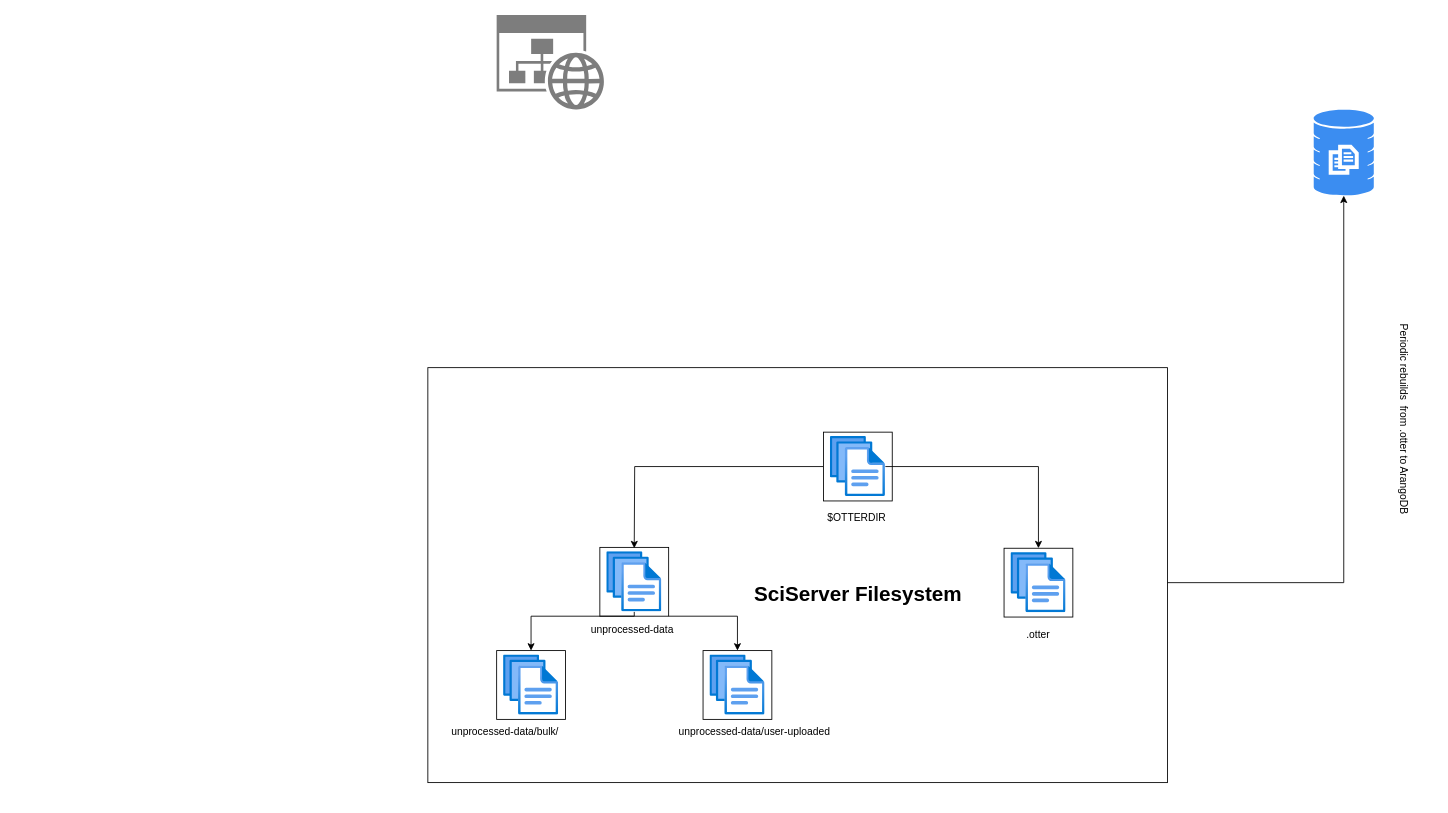
The draw.io diagram data-life-cycle.drawio in astro-otter/otter_schema, before the edit. Source tidied: cells renumbered, new cells numbered last; positions are measured from the earlier drawing's top-left corner, leaving out a move shared by most shapes. Both pictures are drawn from the tidied source at 86%, with x=0, y=0 at pixel (410, 15).
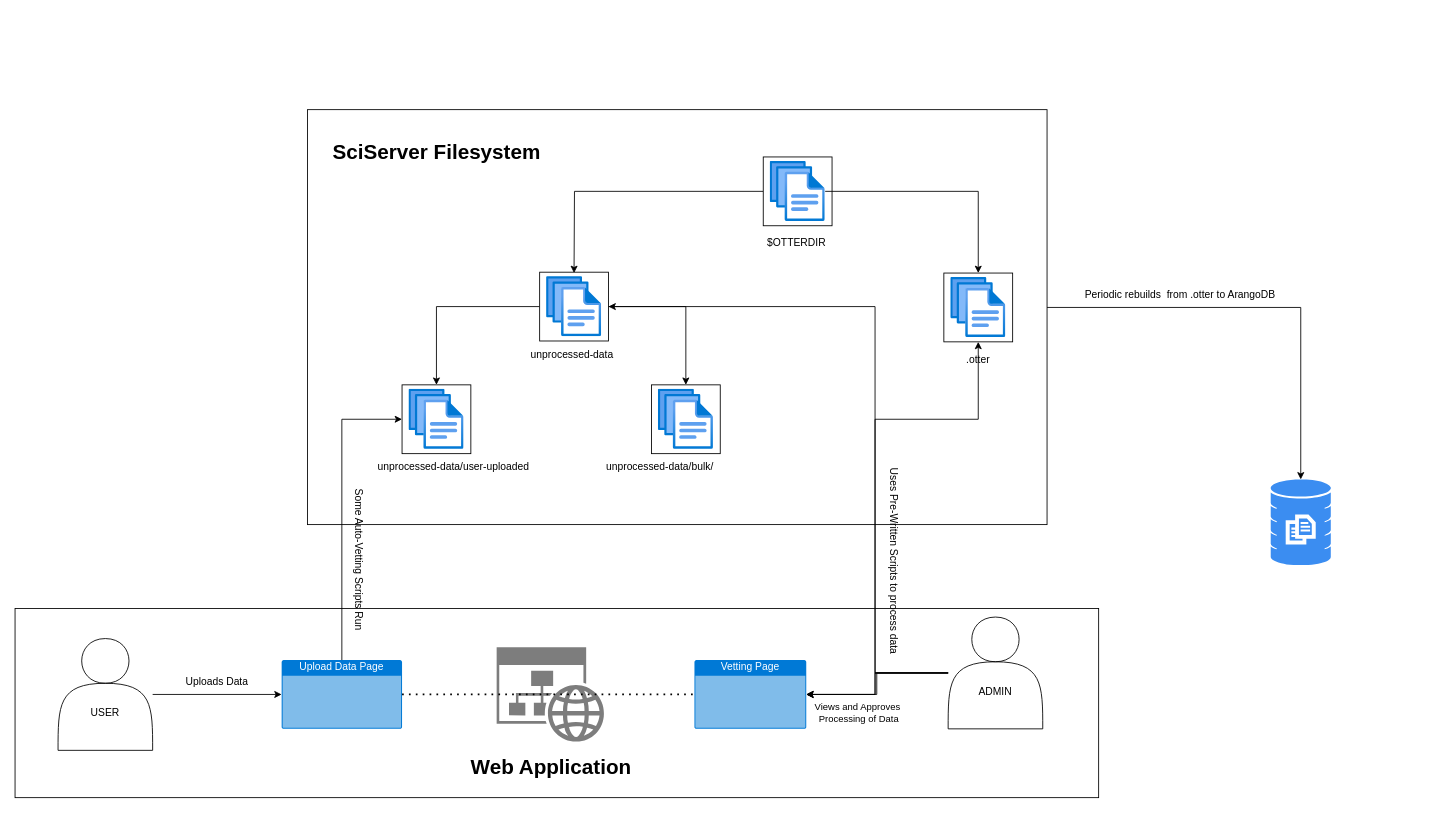
The same diagram, later.

Unchanged cells that the change refers to:
```xml
<mxCell id="10" style="whiteSpace=wrap;html=1;" parent="8" vertex="1">
  <mxGeometry x="220" y="39" width="80" height="80" as="geometry" />
</mxCell>
<mxCell id="12" style="image;html=1;points=[];align=center;fontSize=12;image=img/lib/azure2/general/Files.svg;" parent="8" vertex="1">
  <mxGeometry x="228" y="44" width="64" height="70" as="geometry" />
</mxCell>
```

Change to the diagram source:
```diff
@@
+    <mxCell id="29" style="rounded=0;whiteSpace=wrap;html=1;fillColor=light-dark(#FFFFFF,#660066);" parent="1" vertex="1">
+      <mxGeometry x="-460" y="690" width="1260" height="220" as="geometry" />
+    </mxCell>
     <mxCell id="2" style="sketch=0;html=1;strokeColor=none;shadow=0;fillColor=#3B8DF1;verticalAlign=top;labelPosition=center;verticalLabelPosition=bottom;shape=mxgraph.gcp2.database_3;" parent="1" vertex="1">
-      <mxGeometry x="1050" y="110" width="70" height="100" as="geometry" />
+      <mxGeometry x="1000" y="540" width="70" height="100" as="geometry" />
     </mxCell>
     <mxCell id="3" style="sketch=0;shadow=0;dashed=0;html=1;strokeColor=none;labelPosition=center;verticalLabelPosition=bottom;verticalAlign=top;align=center;shape=mxgraph.mscae.enterprise.website_generic;fillColor=#7D7D7D;" parent="1" vertex="1">
-      <mxGeometry x="100" width="125" height="110" as="geometry" />
+      <mxGeometry x="100" y="735" width="125" height="110" as="geometry" />
     </mxCell>
@@
-    <mxCell id="5" value="Periodic rebuilds&amp;nbsp; from .otter to ArangoDB" style="text;html=1;align=center;verticalAlign=middle;whiteSpace=wrap;rounded=0;rotation=90;" parent="1" vertex="1">
-      <mxGeometry x="1020" y="435" width="270" height="70" as="geometry" />
+    <mxCell id="5" value="Periodic rebuilds&amp;nbsp; from .otter to ArangoDB" style="text;html=1;align=center;verticalAlign=middle;whiteSpace=wrap;rounded=0;rotation=0;" parent="1" vertex="1">
+      <mxGeometry x="760" y="290" width="270" height="70" as="geometry" />
     </mxCell>
-    <mxCell id="6" style="group;" parent="1" vertex="1">
-      <mxGeometry y="410" width="880" height="482.5" as="geometry" />
-    </mxCell>
+    <mxCell id="30" value="Upload Data Page" style="html=1;whiteSpace=wrap;strokeColor=none;fillColor=#0079D6;labelPosition=center;verticalLabelPosition=middle;verticalAlign=top;align=center;fontSize=12;outlineConnect=0;spacingTop=-6;fontColor=#FFFFFF;sketch=0;shape=mxgraph.sitemap.page;" parent="1" vertex="1">
+      <mxGeometry x="-150" y="750" width="140" height="80" as="geometry" />
+    </mxCell>
+    <mxCell id="31" value="&lt;div&gt;Vetting Page&lt;/div&gt;" style="html=1;whiteSpace=wrap;strokeColor=none;fillColor=#0079D6;labelPosition=center;verticalLabelPosition=middle;verticalAlign=top;align=center;fontSize=12;outlineConnect=0;spacingTop=-6;fontColor=#FFFFFF;sketch=0;shape=mxgraph.sitemap.page;" parent="1" vertex="1">
+      <mxGeometry x="330" y="750" width="130" height="80" as="geometry" />
+    </mxCell>
+    <mxCell id="32" style="endArrow=none;dashed=1;html=1;dashPattern=1 3;strokeWidth=2;rounded=0;exitX=1;exitY=0.5;exitDx=0;exitDy=0;exitPerimeter=0;" parent="1" edge="1" source="30" target="31">
+      <mxGeometry relative="1" as="geometry" />
+    </mxCell>
+    <mxCell id="33" value="&lt;div&gt;&lt;br&gt;&lt;/div&gt;&lt;div&gt;&lt;br&gt;&lt;/div&gt;&lt;div&gt;&lt;br&gt;&lt;/div&gt;&lt;div&gt;USER&lt;/div&gt;" style="shape=actor;whiteSpace=wrap;html=1;" parent="1" vertex="1">
+      <mxGeometry x="-410" y="725" width="110" height="130" as="geometry" />
+    </mxCell>
+    <mxCell id="34" value="Uploads Data" style="text;html=1;align=center;verticalAlign=middle;whiteSpace=wrap;rounded=0;rotation=0;" parent="1" vertex="1">
+      <mxGeometry x="-360" y="740" width="270" height="70" as="geometry" />
+    </mxCell>
+    <mxCell id="35" style="edgeStyle=orthogonalEdgeStyle;rounded=0;jettySize=auto;html=1;entryX=0;entryY=0.5;entryDx=0;entryDy=0;entryPerimeter=0;" parent="1" edge="1" source="33" target="30">
+      <mxGeometry relative="1" as="geometry" />
+    </mxCell>
+    <mxCell id="36" style="group;" parent="1" vertex="1">
+      <mxGeometry x="-120" y="110" width="870" height="540" as="geometry" />
+    </mxCell>
-    <mxCell id="7" style="rounded=0;whiteSpace=wrap;html=1;fillColor=light-dark(#FFFFFF,#003366);" parent="6" vertex="1">
-      <mxGeometry x="20" width="860" height="482.5" as="geometry" />
+    <mxCell id="7" style="rounded=0;whiteSpace=wrap;html=1;fillColor=light-dark(#FFFFFF,#003366);" parent="36" vertex="1">
+      <mxGeometry width="860" height="482.5" as="geometry" />
     </mxCell>
-    <mxCell id="8" style="group;" parent="6" vertex="1">
-      <mxGeometry y="170" width="570" height="269" as="geometry" />
+    <mxCell id="8" style="group;" parent="36" vertex="1">
+      <mxGeometry x="50" y="150" width="570" height="269" as="geometry" />
     </mxCell>
     <mxCell id="9" style="edgeStyle=orthogonalEdgeStyle;rounded=0;jettySize=auto;html=1;entryX=0.5;entryY=0;entryDx=0;entryDy=0;" parent="8" edge="1" source="10" target="16">
-      <mxGeometry relative="1" as="geometry">
-        <Array as="points">
-          <mxPoint x="380" y="119" />
-        </Array>
-      </mxGeometry>
+      <mxGeometry relative="1" as="geometry" />
     </mxCell>
@@
-    <mxCell id="11" style="edgeStyle=orthogonalEdgeStyle;rounded=0;jettySize=auto;html=1;entryX=0.5;entryY=0;entryDx=0;entryDy=0;" parent="8" edge="1" source="12" target="14">
-      <mxGeometry relative="1" as="geometry">
-        <Array as="points">
-          <mxPoint x="260" y="119" />
-          <mxPoint x="140" y="119" />
-        </Array>
-      </mxGeometry>
-    </mxCell>
@@
-    <mxCell id="14" style="whiteSpace=wrap;html=1;" parent="8" vertex="1">
-      <mxGeometry x="100" y="159" width="80" height="80" as="geometry" />
-    </mxCell>
-    <mxCell id="15" style="image;html=1;align=center;fontSize=12;image=img/lib/azure2/general/Files.svg;" parent="8" vertex="1">
-      <mxGeometry x="108" y="164" width="64" height="70" as="geometry" />
-    </mxCell>
     <mxCell id="16" style="whiteSpace=wrap;html=1;" parent="8" vertex="1">
-      <mxGeometry x="340" y="159" width="80" height="80" as="geometry" />
+      <mxGeometry x="60" y="170" width="80" height="80" as="geometry" />
     </mxCell>
     <mxCell id="17" style="image;html=1;align=center;fontSize=12;image=img/lib/azure2/general/Files.svg;" parent="8" vertex="1">
-      <mxGeometry x="348" y="164" width="64" height="70" as="geometry" />
+      <mxGeometry x="68" y="175" width="64" height="70" as="geometry" />
     </mxCell>
-    <mxCell id="18" value="unprocessed-data/bulk/" style="text;strokeColor=none;align=center;fillColor=none;html=1;verticalAlign=middle;whiteSpace=wrap;rounded=0;" parent="8" vertex="1">
-      <mxGeometry y="239" width="220" height="30" as="geometry" />
-    </mxCell>
     <mxCell id="19" value="unprocessed-data/user-uploaded" style="text;strokeColor=none;align=center;fillColor=none;html=1;verticalAlign=middle;whiteSpace=wrap;rounded=0;" parent="8" vertex="1">
-      <mxGeometry x="270" y="239" width="260" height="30" as="geometry" />
+      <mxGeometry x="-10" y="250" width="260" height="30" as="geometry" />
     </mxCell>
-    <mxCell id="20" value="SciServer Filesystem" style="text;strokeColor=none;fillColor=none;html=1;fontSize=24;fontStyle=1;verticalAlign=middle;align=center;" parent="8" vertex="1">
-      <mxGeometry x="470" y="74" width="100" height="40" as="geometry" />
-    </mxCell>
-    <mxCell id="21" style="edgeStyle=orthogonalEdgeStyle;rounded=0;jettySize=auto;html=1;" parent="6" edge="1" source="22">
+    <mxCell id="21" style="edgeStyle=orthogonalEdgeStyle;rounded=0;jettySize=auto;html=1;" parent="36" edge="1" source="22">
       <mxGeometry relative="1" as="geometry">
-        <mxPoint x="260" y="210" as="targetPoint" />
+        <mxPoint x="310" y="190" as="targetPoint" />
       </mxGeometry>
     </mxCell>
-    <mxCell id="22" style="whiteSpace=wrap;html=1;" parent="6" vertex="1">
-      <mxGeometry x="480" y="75" width="80" height="80" as="geometry" />
+    <mxCell id="22" style="whiteSpace=wrap;html=1;" parent="36" vertex="1">
+      <mxGeometry x="530" y="55" width="80" height="80" as="geometry" />
     </mxCell>
-    <mxCell id="23" style="edgeStyle=orthogonalEdgeStyle;rounded=0;jettySize=auto;html=1;entryX=0.5;entryY=0;entryDx=0;entryDy=0;" parent="6" edge="1" source="24" target="25">
+    <mxCell id="23" style="edgeStyle=orthogonalEdgeStyle;rounded=0;jettySize=auto;html=1;entryX=0.5;entryY=0;entryDx=0;entryDy=0;" parent="36" edge="1" source="24" target="25">
       <mxGeometry relative="1" as="geometry" />
     </mxCell>
-    <mxCell id="24" style="image;html=1;points=[];align=center;fontSize=12;image=img/lib/azure2/general/Files.svg;" parent="6" vertex="1">
-      <mxGeometry x="488" y="80" width="64" height="70" as="geometry" />
+    <mxCell id="24" style="image;html=1;points=[];align=center;fontSize=12;image=img/lib/azure2/general/Files.svg;" parent="36" vertex="1">
+      <mxGeometry x="538" y="60" width="64" height="70" as="geometry" />
     </mxCell>
-    <mxCell id="25" style="whiteSpace=wrap;html=1;" parent="6" vertex="1">
-      <mxGeometry x="690" y="210" width="80" height="80" as="geometry" />
+    <mxCell id="25" style="whiteSpace=wrap;html=1;" parent="36" vertex="1">
+      <mxGeometry x="740" y="190" width="80" height="80" as="geometry" />
     </mxCell>
-    <mxCell id="26" style="image;html=1;points=[];align=center;fontSize=12;image=img/lib/azure2/general/Files.svg;" parent="6" vertex="1">
-      <mxGeometry x="698" y="215" width="64" height="70" as="geometry" />
+    <mxCell id="26" style="image;html=1;points=[];align=center;fontSize=12;image=img/lib/azure2/general/Files.svg;" parent="36" vertex="1">
+      <mxGeometry x="748" y="195" width="64" height="70" as="geometry" />
     </mxCell>
-    <mxCell id="27" value=".otter" style="text;strokeColor=none;align=center;fillColor=none;html=1;verticalAlign=middle;whiteSpace=wrap;rounded=0;" parent="6" vertex="1">
-      <mxGeometry x="640" y="295.5" width="180" height="30" as="geometry" />
+    <mxCell id="27" value=".otter" style="text;strokeColor=none;align=center;fillColor=none;html=1;verticalAlign=middle;whiteSpace=wrap;rounded=0;" parent="36" vertex="1">
+      <mxGeometry x="690" y="275.5" width="180" height="30" as="geometry" />
     </mxCell>
-    <mxCell id="28" value="$OTTERDIR" style="text;strokeColor=none;align=center;fillColor=none;html=1;verticalAlign=middle;whiteSpace=wrap;rounded=0;" parent="6" vertex="1">
-      <mxGeometry x="429" y="160" width="180" height="30" as="geometry" />
+    <mxCell id="28" value="$OTTERDIR" style="text;strokeColor=none;align=center;fillColor=none;html=1;verticalAlign=middle;whiteSpace=wrap;rounded=0;" parent="36" vertex="1">
+      <mxGeometry x="479" y="140" width="180" height="30" as="geometry" />
     </mxCell>
+    <mxCell id="14" style="whiteSpace=wrap;html=1;" parent="36" vertex="1">
+      <mxGeometry x="400" y="320" width="80" height="80" as="geometry" />
+    </mxCell>
+    <mxCell id="15" style="image;html=1;align=center;fontSize=12;image=img/lib/azure2/general/Files.svg;" parent="36" vertex="1">
+      <mxGeometry x="408" y="325" width="64" height="70" as="geometry" />
+    </mxCell>
+    <mxCell id="18" value="unprocessed-data/bulk/" style="text;strokeColor=none;align=center;fillColor=none;html=1;verticalAlign=middle;whiteSpace=wrap;rounded=0;" parent="36" vertex="1">
+      <mxGeometry x="300" y="400" width="220" height="30" as="geometry" />
+    </mxCell>
+    <mxCell id="37" style="edgeStyle=orthogonalEdgeStyle;rounded=0;jettySize=auto;html=1;entryX=0.5;entryY=0;entryDx=0;entryDy=0;" parent="36" edge="1" source="10" target="14">
+      <mxGeometry relative="1" as="geometry" />
+    </mxCell>
+    <mxCell id="38" value="Uses Pre-Written Scripts to process data" style="text;html=1;align=center;verticalAlign=middle;whiteSpace=wrap;rounded=0;rotation=90;fillColor=light-dark(transparent,#000000);" parent="36" vertex="1">
+      <mxGeometry x="552" y="510" width="260" height="30" as="geometry" />
+    </mxCell>
+    <mxCell id="20" value="SciServer Filesystem" style="text;strokeColor=none;fillColor=none;html=1;fontSize=24;fontStyle=1;verticalAlign=middle;align=center;" parent="36" vertex="1">
+      <mxGeometry x="100" y="30" width="100" height="40" as="geometry" />
+    </mxCell>
+    <mxCell id="39" style="edgeStyle=orthogonalEdgeStyle;rounded=0;jettySize=auto;html=1;entryX=0;entryY=0.5;entryDx=0;entryDy=0;" parent="1" edge="1" source="30" target="16">
+      <mxGeometry relative="1" as="geometry" />
+    </mxCell>
+    <mxCell id="40" style="edgeStyle=orthogonalEdgeStyle;rounded=0;jettySize=auto;html=1;entryX=0.5;entryY=1;entryDx=0;entryDy=0;" parent="1" edge="1" source="43" target="25">
+      <mxGeometry relative="1" as="geometry">
+        <Array as="points">
+          <mxPoint x="540" y="765" />
+          <mxPoint x="540" y="470" />
+          <mxPoint x="660" y="470" />
+        </Array>
+      </mxGeometry>
+    </mxCell>
+    <mxCell id="41" style="edgeStyle=orthogonalEdgeStyle;rounded=0;jettySize=auto;html=1;" parent="1" edge="1" source="43" target="31">
+      <mxGeometry relative="1" as="geometry">
+        <Array as="points">
+          <mxPoint x="542" y="765" />
+          <mxPoint x="542" y="790" />
+        </Array>
+      </mxGeometry>
+    </mxCell>
+    <mxCell id="42" style="edgeStyle=orthogonalEdgeStyle;rounded=0;jettySize=auto;html=1;entryX=1;entryY=0.5;entryDx=0;entryDy=0;" parent="1" edge="1" source="43" target="10">
+      <mxGeometry relative="1" as="geometry">
+        <Array as="points">
+          <mxPoint x="540" y="765" />
+          <mxPoint x="540" y="339" />
+        </Array>
+      </mxGeometry>
+    </mxCell>
+    <mxCell id="43" value="&lt;div&gt;&lt;br&gt;&lt;/div&gt;&lt;div&gt;&lt;br&gt;&lt;/div&gt;&lt;div&gt;&lt;br&gt;&lt;/div&gt;&lt;div&gt;ADMIN&lt;/div&gt;" style="shape=actor;whiteSpace=wrap;html=1;" parent="1" vertex="1">
+      <mxGeometry x="625" y="700" width="110" height="130" as="geometry" />
+    </mxCell>
+    <mxCell id="44" style="edgeStyle=orthogonalEdgeStyle;rounded=0;jettySize=auto;html=1;" parent="1" edge="1" source="43" target="31">
+      <mxGeometry relative="1" as="geometry">
+        <Array as="points">
+          <mxPoint x="540" y="765" />
+          <mxPoint x="540" y="790" />
+        </Array>
+      </mxGeometry>
+    </mxCell>
+    <mxCell id="45" style="edgeStyle=orthogonalEdgeStyle;rounded=0;jettySize=auto;html=1;" parent="1" edge="1" source="43" target="31">
+      <mxGeometry relative="1" as="geometry">
+        <Array as="points">
+          <mxPoint x="540" y="765" />
+          <mxPoint x="540" y="790" />
+        </Array>
+      </mxGeometry>
+    </mxCell>
+    <mxCell id="46" value="&lt;div&gt;Views and Approves&amp;nbsp;&lt;/div&gt;&lt;div&gt;Processing of Data&lt;/div&gt;" style="edgeLabel;html=1;align=center;verticalAlign=middle;" parent="45" vertex="1">
+      <mxGeometry y="1" relative="1" as="geometry">
+        <mxPoint x="-21" y="36" as="offset" />
+      </mxGeometry>
+    </mxCell>
+    <mxCell id="47" value="Some Auto-Vetting Scripts Run" style="text;html=1;align=center;verticalAlign=middle;strokeColor=none;fillColor=light-dark(transparent,#000000);rotation=90;" parent="1" vertex="1">
+      <mxGeometry x="-155" y="618" width="190" height="30" as="geometry" />
+    </mxCell>
+    <mxCell id="48" value="Web Application" style="text;strokeColor=none;fillColor=none;html=1;fontSize=24;fontStyle=1;verticalAlign=middle;align=center;" parent="1" vertex="1">
+      <mxGeometry x="112.5" y="855" width="100" height="40" as="geometry" />
+    </mxCell>
```
